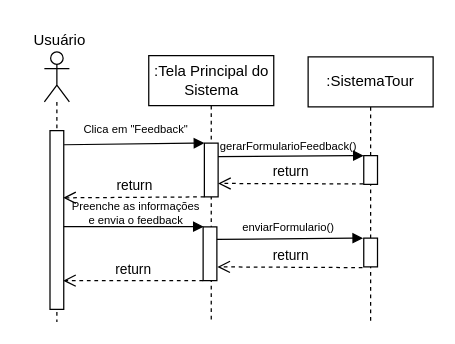
Above: DiagramaDeSequencia-AcessarAbaFeedback.drawio in Gigagiga1234/Tour-Virtual (draw.io), before the change. Source tidied: cells renumbered, new cells numbered last; positions are measured from the earlier drawing's top-left corner, leaving out a move shared by most shapes. Both pictures are drawn from the tidied source at 125%, with x=0, y=0 at pixel (21, 21).
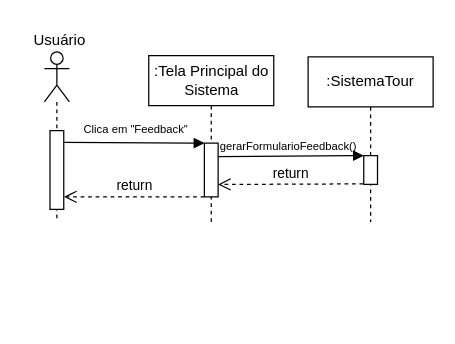
After the change.

Unchanged cells that the change refers to:
```xml
<mxCell id="7" style="rounded=0;whiteSpace=wrap;html=1;" parent="1" vertex="1">
  <mxGeometry x="146" y="97" width="11" height="43" as="geometry" />
</mxCell>
```

The edit, as a diff of the source:
```diff
@@
     <mxCell id="3" value=":Tela Principal do Sistema" style="shape=umlLifeline;perimeter=lifelinePerimeter;whiteSpace=wrap;html=1;newEdgeStyle={&quot;curved&quot;:0,&quot;rounded&quot;:0};" parent="1" vertex="1">
-      <mxGeometry x="101.5" y="27" width="100" height="213" as="geometry" />
+      <mxGeometry x="101.5" y="27" width="100" height="133" as="geometry" />
     </mxCell>
     <mxCell id="4" style="shape=umlLifeline;perimeter=lifelinePerimeter;whiteSpace=wrap;html=1;newEdgeStyle={&quot;curved&quot;:0,&quot;rounded&quot;:0};participant=umlActor;" parent="1" vertex="1">
-      <mxGeometry x="18" y="24" width="20" height="216" as="geometry" />
+      <mxGeometry x="18" y="24" width="20" height="136" as="geometry" />
     </mxCell>
     <mxCell id="5" style="rounded=0;whiteSpace=wrap;html=1;" parent="1" vertex="1">
-      <mxGeometry x="22.5" y="87" width="11" height="143" as="geometry" />
+      <mxGeometry x="22.5" y="87" width="11" height="63" as="geometry" />
     </mxCell>
@@
-    <mxCell id="8" style="endArrow=block;html=1;rounded=0;exitX=1.022;exitY=0.079;exitDx=0;exitDy=0;exitPerimeter=0;entryX=0;entryY=0;entryDx=0;entryDy=0;endFill=1;" parent="1" edge="1" source="5" target="7">
+    <mxCell id="8" style="endArrow=block;html=1;rounded=0;exitX=1.025;exitY=0.148;exitDx=0;exitDy=0;exitPerimeter=0;entryX=0;entryY=0;entryDx=0;entryDy=0;endFill=1;" parent="1" edge="1" source="5" target="7">
       <mxGeometry relative="1" as="geometry" />
     </mxCell>
@@
-    <mxCell id="10" value="return" style="html=1;verticalAlign=bottom;endArrow=open;dashed=1;endSize=8;curved=0;rounded=0;entryX=1;entryY=0.75;entryDx=0;entryDy=0;" parent="1" edge="1" target="7">
+    <mxCell id="10" value="return" style="html=1;verticalAlign=bottom;endArrow=open;dashed=1;endSize=8;curved=0;rounded=0;entryX=0.995;entryY=0.769;entryDx=0;entryDy=0;entryPerimeter=0;" parent="1" edge="1" target="7">
       <mxGeometry relative="1" as="geometry">
         <mxPoint x="273.1" y="129.6" as="sourcePoint" />
       </mxGeometry>
     </mxCell>
@@
     <mxCell id="12" value=":SistemaTour" style="shape=umlLifeline;perimeter=lifelinePerimeter;whiteSpace=wrap;html=1;newEdgeStyle={&quot;curved&quot;:0,&quot;rounded&quot;:0};" parent="1" vertex="1">
-      <mxGeometry x="229" y="28" width="100" height="212" as="geometry" />
+      <mxGeometry x="229" y="28" width="100" height="132" as="geometry" />
     </mxCell>
@@
-    <mxCell id="14" value="return" style="html=1;verticalAlign=bottom;endArrow=open;dashed=1;endSize=8;curved=0;rounded=0;entryX=0.961;entryY=0.376;entryDx=0;entryDy=0;exitX=0;exitY=1;exitDx=0;exitDy=0;entryPerimeter=0;" parent="1" edge="1" source="7" target="5">
+    <mxCell id="14" value="return" style="html=1;verticalAlign=bottom;endArrow=open;dashed=1;endSize=8;curved=0;rounded=0;entryX=1.016;entryY=0.841;entryDx=0;entryDy=0;exitX=0;exitY=1;exitDx=0;exitDy=0;entryPerimeter=0;" parent="1" edge="1" source="7" target="5">
       <mxGeometry relative="1" as="geometry" />
     </mxCell>
-    <mxCell id="15" style="endArrow=block;html=1;rounded=0;exitX=1.04;exitY=0.051;exitDx=0;exitDy=0;exitPerimeter=0;entryX=0;entryY=0;entryDx=0;entryDy=0;endFill=1;" parent="1" edge="1">
-      <mxGeometry relative="1" as="geometry">
-        <mxPoint x="33.5" y="163.8" as="sourcePoint" />
-        <mxPoint x="145.5" y="163.8" as="targetPoint" />
-      </mxGeometry>
-    </mxCell>
-    <mxCell id="16" style="rounded=0;whiteSpace=wrap;html=1;" parent="1" vertex="1">
-      <mxGeometry x="145" y="164" width="11" height="43" as="geometry" />
-    </mxCell>
-    <mxCell id="17" value="Preenche as informações&lt;div&gt;e envia o feedback&lt;/div&gt;" style="text;html=1;align=center;verticalAlign=middle;strokeColor=none;fillColor=none;fontSize=9;" parent="1" vertex="1">
-      <mxGeometry x="26" y="133" width="130" height="40" as="geometry" />
-    </mxCell>
-    <mxCell id="18" style="endArrow=block;html=1;rounded=0;exitX=1;exitY=0.25;exitDx=0;exitDy=0;entryX=0;entryY=0;entryDx=0;entryDy=0;endFill=1;" parent="1" edge="1">
-      <mxGeometry relative="1" as="geometry">
-        <mxPoint x="156" y="174" as="sourcePoint" />
-        <mxPoint x="273" y="173" as="targetPoint" />
-      </mxGeometry>
-    </mxCell>
-    <mxCell id="19" style="rounded=0;whiteSpace=wrap;html=1;" parent="1" vertex="1">
-      <mxGeometry x="273.5" y="173" width="11" height="23" as="geometry" />
-    </mxCell>
-    <mxCell id="20" value="enviarFormulario()" style="text;html=1;align=center;verticalAlign=middle;strokeColor=none;fillColor=none;fontSize=9;" parent="1" vertex="1">
-      <mxGeometry x="163" y="155" width="100" height="20" as="geometry" />
-    </mxCell>
-    <mxCell id="21" value="return" style="html=1;verticalAlign=bottom;endArrow=open;dashed=1;endSize=8;curved=0;rounded=0;entryX=1;entryY=0.75;entryDx=0;entryDy=0;" parent="1" edge="1">
-      <mxGeometry relative="1" as="geometry">
-        <mxPoint x="272.5" y="196.6" as="sourcePoint" />
-        <mxPoint x="156.4" y="196" as="targetPoint" />
-      </mxGeometry>
-    </mxCell>
-    <mxCell id="22" value="return" style="html=1;verticalAlign=bottom;endArrow=open;dashed=1;endSize=8;curved=0;rounded=0;entryX=1;entryY=0.75;entryDx=0;entryDy=0;exitX=0;exitY=1;exitDx=0;exitDy=0;" parent="1" edge="1" source="16">
-      <mxGeometry relative="1" as="geometry">
-        <mxPoint x="33" y="207" as="targetPoint" />
-      </mxGeometry>
-    </mxCell>
```
